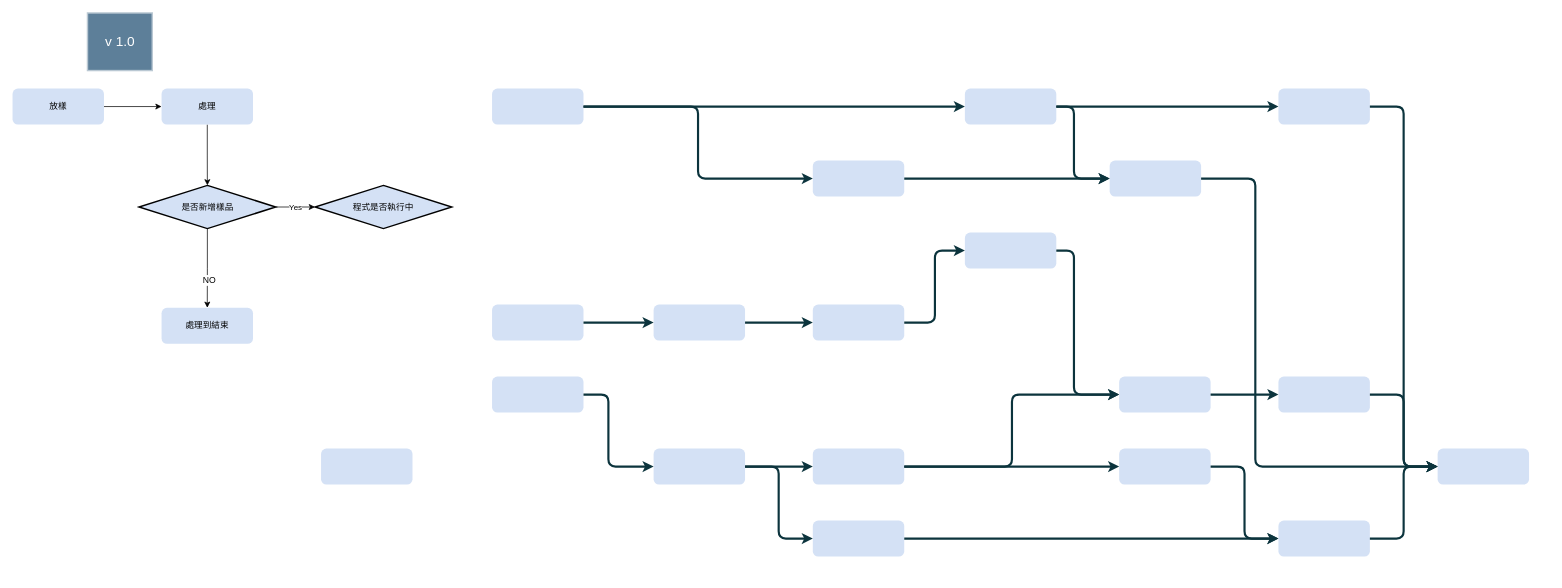
This is 未命名圖表.drawio from s26849/test, a draw.io file, before an edit. Source tidied: cells renumbered, new cells numbered last; positions are measured from the earlier drawing's top-left corner, leaving out a move shared by most shapes. Both pictures are drawn from the tidied source at 72%, with x=0, y=0 at pixel (12, 12).
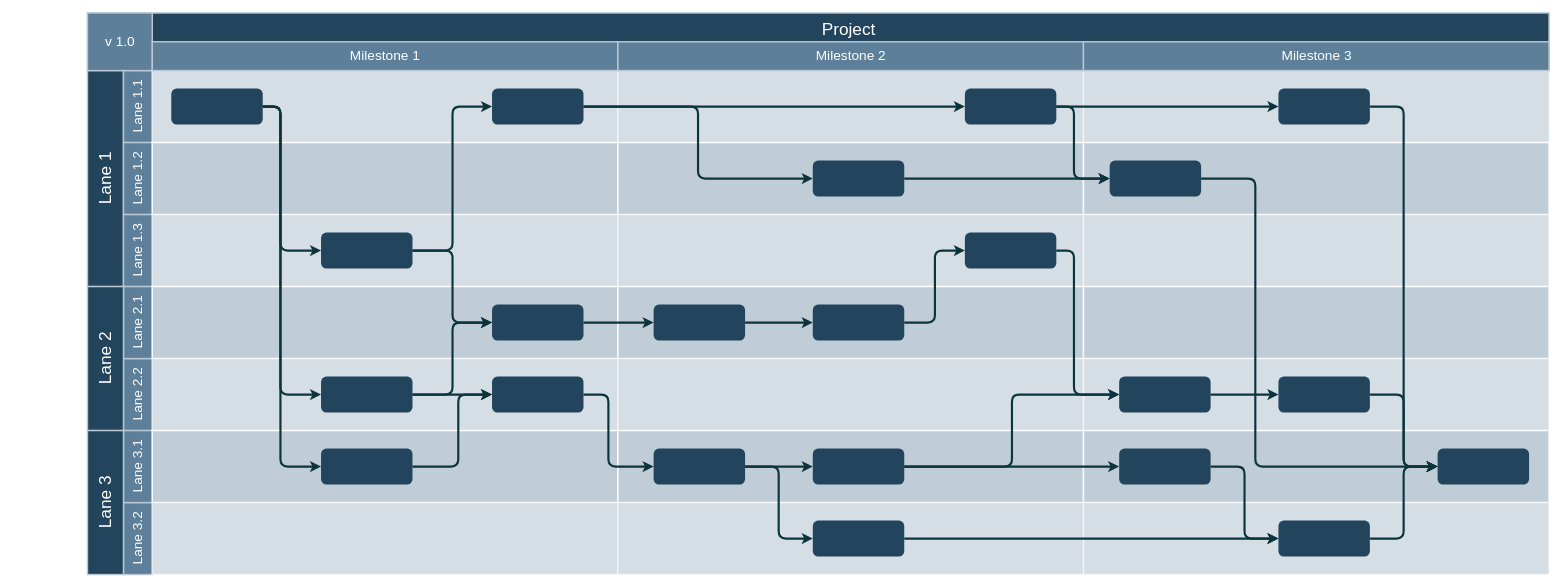
Above is the later version.

The edit, as a diff of the source:
```diff
@@
+    <mxCell id="53" value="Project&#10;" style="strokeColor=#BAC8D3;fillColor=#23445D;fontSize=24;strokeWidth=2;fontFamily=Helvetica;html=1;fontColor=#FFFFFF;fontStyle=0;spacingBottom=8;spacingRight=0;spacingLeft=83;" parent="1" vertex="1">
+      <mxGeometry x="104" y="0.5" width="2030" height="80" as="geometry" />
+    </mxCell>
+    <mxCell id="54" value="Lane 1" style="strokeColor=#BAC8D3;fillColor=#23445D;fontSize=24;strokeWidth=2;horizontal=0;fontFamily=Helvetica;html=1;fontColor=#FFFFFF;fontStyle=0;" parent="1" vertex="1">
+      <mxGeometry x="104" y="80.5" width="50" height="300" as="geometry" />
+    </mxCell>
+    <mxCell id="55" value="Lane 1.1" style="strokeColor=#BAC8D3;fillColor=#5d7f99;fontSize=19;strokeWidth=2;horizontal=0;fontFamily=Helvetica;html=1;labelBackgroundColor=none;fontColor=#FFFFFF;" parent="1" vertex="1">
+      <mxGeometry x="154" y="80.5" width="40" height="100" as="geometry" />
+    </mxCell>
@@
+    <mxCell id="56" value="Lane 1.2" style="strokeColor=#BAC8D3;fillColor=#5d7f99;fontSize=19;strokeWidth=2;horizontal=0;fontFamily=Helvetica;html=1;labelBackgroundColor=none;fontColor=#FFFFFF;" parent="1" vertex="1">
+      <mxGeometry x="154" y="180.5" width="40" height="100" as="geometry" />
+    </mxCell>
+    <mxCell id="57" value="Lane 1.3" style="strokeColor=#BAC8D3;fillColor=#5d7f99;fontSize=19;strokeWidth=2;horizontal=0;fontFamily=Helvetica;html=1;labelBackgroundColor=none;fontColor=#FFFFFF;" parent="1" vertex="1">
+      <mxGeometry x="154" y="280.5" width="40" height="100" as="geometry" />
+    </mxCell>
+    <mxCell id="58" value="Lane 2.2" style="strokeColor=#BAC8D3;fillColor=#5d7f99;fontSize=19;strokeWidth=2;horizontal=0;fontFamily=Helvetica;html=1;labelBackgroundColor=none;fontColor=#FFFFFF;" parent="1" vertex="1">
+      <mxGeometry x="154" y="480.5" width="40" height="100" as="geometry" />
+    </mxCell>
+    <mxCell id="59" value="Lane 2.1" style="strokeColor=#BAC8D3;fillColor=#5d7f99;fontSize=19;strokeWidth=2;horizontal=0;fontFamily=Helvetica;html=1;labelBackgroundColor=none;fontColor=#FFFFFF;" parent="1" vertex="1">
+      <mxGeometry x="154" y="380.5" width="40" height="100" as="geometry" />
+    </mxCell>
+    <mxCell id="60" value="Lane 2" style="strokeColor=#BAC8D3;fillColor=#23445D;fontSize=24;strokeWidth=2;horizontal=0;fontFamily=Helvetica;html=1;fontColor=#FFFFFF;fontStyle=0;" parent="1" vertex="1">
+      <mxGeometry x="104" y="380.5" width="50" height="200" as="geometry" />
+    </mxCell>
+    <mxCell id="61" value="Lane 3.2" style="strokeColor=#BAC8D3;fillColor=#5d7f99;fontSize=19;strokeWidth=2;horizontal=0;fontFamily=Helvetica;html=1;labelBackgroundColor=none;fontColor=#FFFFFF;" parent="1" vertex="1">
+      <mxGeometry x="154" y="680.5" width="40" height="100" as="geometry" />
+    </mxCell>
+    <mxCell id="62" value="Lane 3.1" style="strokeColor=#BAC8D3;fillColor=#5d7f99;fontSize=19;strokeWidth=2;horizontal=0;fontFamily=Helvetica;html=1;labelBackgroundColor=none;fontColor=#FFFFFF;" parent="1" vertex="1">
+      <mxGeometry x="154" y="580.5" width="40" height="100" as="geometry" />
+    </mxCell>
+    <mxCell id="63" value="Lane 3" style="strokeColor=#BAC8D3;fillColor=#23445D;fontSize=24;strokeWidth=2;horizontal=0;fontFamily=Helvetica;html=1;fontColor=#FFFFFF;fontStyle=0;" parent="1" vertex="1">
+      <mxGeometry x="104" y="580.5" width="50" height="200" as="geometry" />
+    </mxCell>
+    <mxCell id="64" style="strokeColor=#FFFFFF;fillColor=#BAC8D3;fontSize=18;strokeWidth=2;fontFamily=Helvetica;html=1;opacity=60;" parent="1" vertex="1">
+      <mxGeometry x="194" y="80.5" width="646.7" height="100" as="geometry" />
+    </mxCell>
+    <mxCell id="65" style="strokeColor=#FFFFFF;fillColor=#BAC8D3;fontSize=18;strokeWidth=2;fontFamily=Helvetica;html=1;opacity=90;" parent="1" vertex="1">
+      <mxGeometry x="194" y="180.5" width="646.7" height="100" as="geometry" />
+    </mxCell>
+    <mxCell id="66" style="strokeColor=#FFFFFF;fillColor=#BAC8D3;fontSize=18;strokeWidth=2;fontFamily=Helvetica;html=1;opacity=60;" parent="1" vertex="1">
+      <mxGeometry x="194" y="280.5" width="646.7" height="100" as="geometry" />
+    </mxCell>
+    <mxCell id="67" style="strokeColor=#FFFFFF;fillColor=#BAC8D3;fontSize=18;strokeWidth=2;fontFamily=Helvetica;html=1;opacity=90;" parent="1" vertex="1">
+      <mxGeometry x="194" y="380.5" width="646.7" height="100" as="geometry" />
+    </mxCell>
+    <mxCell id="68" style="strokeColor=#FFFFFF;fillColor=#BAC8D3;fontSize=18;strokeWidth=2;fontFamily=Helvetica;html=1;opacity=60;" parent="1" vertex="1">
+      <mxGeometry x="194" y="480.5" width="646.7" height="100" as="geometry" />
+    </mxCell>
+    <mxCell id="69" style="strokeColor=#FFFFFF;fillColor=#BAC8D3;fontSize=18;strokeWidth=2;fontFamily=Helvetica;html=1;opacity=90;" parent="1" vertex="1">
+      <mxGeometry x="194" y="580.5" width="646.7" height="100" as="geometry" />
+    </mxCell>
+    <mxCell id="70" style="strokeColor=#FFFFFF;fillColor=#BAC8D3;fontSize=18;strokeWidth=2;fontFamily=Helvetica;html=1;opacity=60;" parent="1" vertex="1">
+      <mxGeometry x="194" y="680.5" width="646.7" height="100" as="geometry" />
+    </mxCell>
+    <mxCell id="71" style="strokeColor=#FFFFFF;fillColor=#BAC8D3;fontSize=18;strokeWidth=2;fontFamily=Helvetica;html=1;opacity=60;" parent="1" vertex="1">
+      <mxGeometry x="840.7" y="80.5" width="647" height="100" as="geometry" />
+    </mxCell>
+    <mxCell id="72" style="strokeColor=#FFFFFF;fillColor=#BAC8D3;fontSize=18;strokeWidth=2;fontFamily=Helvetica;html=1;opacity=90;" parent="1" vertex="1">
+      <mxGeometry x="840.7" y="180.5" width="646.7" height="100" as="geometry" />
+    </mxCell>
+    <mxCell id="73" style="strokeColor=#FFFFFF;fillColor=#BAC8D3;fontSize=18;strokeWidth=2;fontFamily=Helvetica;html=1;opacity=60;" parent="1" vertex="1">
+      <mxGeometry x="840.7" y="280.5" width="646.7" height="100" as="geometry" />
+    </mxCell>
+    <mxCell id="74" style="strokeColor=#FFFFFF;fillColor=#BAC8D3;fontSize=18;strokeWidth=2;fontFamily=Helvetica;html=1;opacity=90;" parent="1" vertex="1">
+      <mxGeometry x="840.7" y="380.5" width="646.7" height="100" as="geometry" />
+    </mxCell>
+    <mxCell id="75" style="strokeColor=#FFFFFF;fillColor=#BAC8D3;fontSize=18;strokeWidth=2;fontFamily=Helvetica;html=1;opacity=60;" parent="1" vertex="1">
+      <mxGeometry x="840.7" y="480.5" width="646.7" height="100" as="geometry" />
+    </mxCell>
+    <mxCell id="76" style="strokeColor=#FFFFFF;fillColor=#BAC8D3;fontSize=18;strokeWidth=2;fontFamily=Helvetica;html=1;opacity=90;" parent="1" vertex="1">
+      <mxGeometry x="840.7" y="580.5" width="646.7" height="100" as="geometry" />
+    </mxCell>
+    <mxCell id="77" style="strokeColor=#FFFFFF;fillColor=#BAC8D3;fontSize=18;strokeWidth=2;fontFamily=Helvetica;html=1;opacity=60;fontStyle=4;" parent="1" vertex="1">
+      <mxGeometry x="840.7" y="680.5" width="646.7" height="100" as="geometry" />
+    </mxCell>
+    <mxCell id="78" style="strokeColor=#FFFFFF;fillColor=#BAC8D3;fontSize=18;strokeWidth=2;fontFamily=Helvetica;html=1;opacity=60;" parent="1" vertex="1">
+      <mxGeometry x="1487.3" y="80.5" width="647" height="100" as="geometry" />
+    </mxCell>
+    <mxCell id="79" style="strokeColor=#FFFFFF;fillColor=#BAC8D3;fontSize=18;strokeWidth=2;fontFamily=Helvetica;html=1;opacity=90;" parent="1" vertex="1">
+      <mxGeometry x="1487.3" y="180.5" width="646.7" height="100" as="geometry" />
+    </mxCell>
+    <mxCell id="80" style="strokeColor=#FFFFFF;fillColor=#BAC8D3;fontSize=18;strokeWidth=2;fontFamily=Helvetica;html=1;opacity=60;" parent="1" vertex="1">
+      <mxGeometry x="1487.3" y="280.5" width="646.7" height="100" as="geometry" />
+    </mxCell>
+    <mxCell id="81" style="strokeColor=#FFFFFF;fillColor=#BAC8D3;fontSize=18;strokeWidth=2;fontFamily=Helvetica;html=1;opacity=90;" parent="1" vertex="1">
+      <mxGeometry x="1487.3" y="380.5" width="646.7" height="100" as="geometry" />
+    </mxCell>
+    <mxCell id="82" style="strokeColor=#FFFFFF;fillColor=#BAC8D3;fontSize=18;strokeWidth=2;fontFamily=Helvetica;html=1;opacity=60;" parent="1" vertex="1">
+      <mxGeometry x="1487.3" y="480.5" width="646.7" height="100" as="geometry" />
+    </mxCell>
+    <mxCell id="83" style="strokeColor=#FFFFFF;fillColor=#BAC8D3;fontSize=18;strokeWidth=2;fontFamily=Helvetica;html=1;opacity=90;" parent="1" vertex="1">
+      <mxGeometry x="1487.3" y="580.5" width="646.7" height="100" as="geometry" />
+    </mxCell>
+    <mxCell id="84" style="strokeColor=#FFFFFF;fillColor=#BAC8D3;fontSize=18;strokeWidth=2;fontFamily=Helvetica;html=1;opacity=60;fontStyle=4;" parent="1" vertex="1">
+      <mxGeometry x="1487.3" y="680.5" width="646.7" height="100" as="geometry" />
+    </mxCell>
+    <mxCell id="85" style="edgeStyle=orthogonalEdgeStyle;rounded=1;jumpStyle=none;html=1;exitX=1;exitY=0.5;entryX=0;entryY=0.5;labelBackgroundColor=#ffffff;startArrow=none;startFill=0;endArrow=classic;jettySize=auto;strokeColor=#0C343D;strokeWidth=3;fontFamily=Helvetica;fontSize=11;fontColor=#000000;" parent="1" edge="1" source="86" target="4">
+      <mxGeometry relative="1" as="geometry">
+        <Array as="points">
+          <mxPoint x="372" y="130.5" />
+          <mxPoint x="372" y="330.5" />
+        </Array>
+      </mxGeometry>
+    </mxCell>
+    <mxCell id="86" style="rounded=1;fillColor=#23445D;strokeColor=none;strokeWidth=2;fontFamily=Helvetica;html=1;gradientColor=none;" parent="1" vertex="1">
+      <mxGeometry x="220.4" y="105.5" width="127" height="50" as="geometry" />
+    </mxCell>
-    <mxCell id="3" style="rounded=1;fillColor=#D4E1F5;strokeColor=none;strokeWidth=2;fontFamily=Helvetica;html=1;gradientColor=none;" parent="1" vertex="1">
+    <mxCell id="3" style="rounded=1;fillColor=#23445D;strokeColor=none;strokeWidth=2;fontFamily=Helvetica;html=1;gradientColor=none;" parent="1" vertex="1">
       <mxGeometry x="665.9" y="105.5" width="127" height="50" as="geometry" />
     </mxCell>
-    <mxCell id="4" value="處理到結束" style="rounded=1;fillColor=#D4E1F5;strokeColor=none;strokeWidth=2;fontFamily=Helvetica;html=1;gradientColor=none;" parent="1" vertex="1">
-      <mxGeometry x="206.9" y="410" width="127" height="50" as="geometry" />
+    <mxCell id="4" style="rounded=1;fillColor=#23445D;strokeColor=none;strokeWidth=2;fontFamily=Helvetica;html=1;gradientColor=none;" parent="1" vertex="1">
+      <mxGeometry x="428.4" y="305.5" width="127" height="50" as="geometry" />
     </mxCell>
-    <mxCell id="5" style="rounded=1;fillColor=#D4E1F5;strokeColor=none;strokeWidth=2;fontFamily=Helvetica;html=1;gradientColor=none;" parent="1" vertex="1">
+    <mxCell id="5" style="rounded=1;fillColor=#23445D;strokeColor=none;strokeWidth=2;fontFamily=Helvetica;html=1;gradientColor=none;" parent="1" vertex="1">
       <mxGeometry x="665.9" y="405.5" width="127" height="50" as="geometry" />
     </mxCell>
-    <mxCell id="6" style="rounded=1;fillColor=#D4E1F5;strokeColor=none;strokeWidth=2;fontFamily=Helvetica;html=1;gradientColor=none;" parent="1" vertex="1">
+    <mxCell id="6" style="rounded=1;fillColor=#23445D;strokeColor=none;strokeWidth=2;fontFamily=Helvetica;html=1;gradientColor=none;" parent="1" vertex="1">
       <mxGeometry x="665.9" y="505.5" width="127" height="50" as="geometry" />
     </mxCell>
-    <mxCell id="7" style="rounded=1;fillColor=#D4E1F5;strokeColor=none;strokeWidth=2;fontFamily=Helvetica;html=1;gradientColor=none;" parent="1" vertex="1">
+    <mxCell id="7" style="rounded=1;fillColor=#23445D;strokeColor=none;strokeWidth=2;fontFamily=Helvetica;html=1;gradientColor=none;" parent="1" vertex="1">
       <mxGeometry x="428.4" y="605.5" width="127" height="50" as="geometry" />
     </mxCell>
+    <mxCell id="87" style="rounded=1;fillColor=#23445D;strokeColor=none;strokeWidth=2;fontFamily=Helvetica;html=1;gradientColor=none;" parent="1" vertex="1">
+      <mxGeometry x="428.4" y="505.5" width="127" height="50" as="geometry" />
+    </mxCell>
-    <mxCell id="8" style="rounded=1;fillColor=#D4E1F5;strokeColor=none;strokeWidth=2;fontFamily=Helvetica;html=1;gradientColor=none;" parent="1" vertex="1">
+    <mxCell id="8" style="rounded=1;fillColor=#23445D;strokeColor=none;strokeWidth=2;fontFamily=Helvetica;html=1;gradientColor=none;" parent="1" vertex="1">
       <mxGeometry x="1111.4" y="205.5" width="127" height="50" as="geometry" />
     </mxCell>
-    <mxCell id="9" style="rounded=1;fillColor=#D4E1F5;strokeColor=none;strokeWidth=2;fontFamily=Helvetica;html=1;gradientColor=none;" parent="1" vertex="1">
+    <mxCell id="9" style="rounded=1;fillColor=#23445D;strokeColor=none;strokeWidth=2;fontFamily=Helvetica;html=1;gradientColor=none;" parent="1" vertex="1">
       <mxGeometry x="1322.6" y="105.5" width="127" height="50" as="geometry" />
     </mxCell>
-    <mxCell id="10" style="rounded=1;fillColor=#D4E1F5;strokeColor=none;strokeWidth=2;gradientColor=none;fontFamily=Helvetica;html=1;" parent="1" vertex="1">
+    <mxCell id="10" style="rounded=1;fillColor=#23445D;strokeColor=none;strokeWidth=2;gradientColor=none;fontFamily=Helvetica;html=1;" parent="1" vertex="1">
       <mxGeometry x="1979.2" y="605.5" width="127" height="50" as="geometry" />
     </mxCell>
-    <mxCell id="11" style="rounded=1;fillColor=#D4E1F5;strokeColor=none;strokeWidth=2;fontFamily=Helvetica;html=1;gradientColor=none;" parent="1" vertex="1">
+    <mxCell id="11" style="rounded=1;fillColor=#23445D;strokeColor=none;strokeWidth=2;fontFamily=Helvetica;html=1;gradientColor=none;" parent="1" vertex="1">
       <mxGeometry x="1111.4" y="405.5" width="127" height="50" as="geometry" />
     </mxCell>
-    <mxCell id="12" style="rounded=1;fillColor=#D4E1F5;strokeColor=none;strokeWidth=2;fontFamily=Helvetica;html=1;gradientColor=none;" parent="1" vertex="1">
+    <mxCell id="12" style="rounded=1;fillColor=#23445D;strokeColor=none;strokeWidth=2;fontFamily=Helvetica;html=1;gradientColor=none;" parent="1" vertex="1">
       <mxGeometry x="1111.4" y="705.5" width="127" height="50" as="geometry" />
     </mxCell>
-    <mxCell id="13" style="rounded=1;fillColor=#D4E1F5;strokeColor=none;strokeWidth=2;fontFamily=Helvetica;html=1;gradientColor=none;" parent="1" vertex="1">
+    <mxCell id="13" style="rounded=1;fillColor=#23445D;strokeColor=none;strokeWidth=2;fontFamily=Helvetica;html=1;gradientColor=none;" parent="1" vertex="1">
       <mxGeometry x="890.3" y="605.5" width="127" height="50" as="geometry" />
     </mxCell>
-    <mxCell id="14" style="rounded=1;fillColor=#D4E1F5;strokeColor=none;strokeWidth=2;fontFamily=Helvetica;html=1;gradientColor=none;" parent="1" vertex="1">
+    <mxCell id="14" style="rounded=1;fillColor=#23445D;strokeColor=none;strokeWidth=2;fontFamily=Helvetica;html=1;gradientColor=none;" parent="1" vertex="1">
       <mxGeometry x="1111.4" y="605.5" width="127" height="50" as="geometry" />
     </mxCell>
-    <mxCell id="15" style="rounded=1;fillColor=#D4E1F5;strokeColor=none;strokeWidth=2;fontFamily=Helvetica;html=1;gradientColor=none;" parent="1" vertex="1">
+    <mxCell id="15" style="rounded=1;fillColor=#23445D;strokeColor=none;strokeWidth=2;fontFamily=Helvetica;html=1;gradientColor=none;" parent="1" vertex="1">
       <mxGeometry x="890.3" y="405.5" width="127" height="50" as="geometry" />
     </mxCell>
-    <mxCell id="16" style="rounded=1;fillColor=#D4E1F5;strokeColor=none;strokeWidth=2;fontFamily=Helvetica;html=1;gradientColor=none;" parent="1" vertex="1">
+    <mxCell id="16" style="rounded=1;fillColor=#23445D;strokeColor=none;strokeWidth=2;fontFamily=Helvetica;html=1;gradientColor=none;" parent="1" vertex="1">
       <mxGeometry x="1322.6" y="305.5" width="127" height="50" as="geometry" />
     </mxCell>
-    <mxCell id="17" style="rounded=1;fillColor=#D4E1F5;strokeColor=none;strokeWidth=2;gradientColor=none;fontFamily=Helvetica;html=1;" parent="1" vertex="1">
+    <mxCell id="17" style="rounded=1;fillColor=#23445D;strokeColor=none;strokeWidth=2;gradientColor=none;fontFamily=Helvetica;html=1;" parent="1" vertex="1">
       <mxGeometry x="1536.9" y="505.5" width="127" height="50" as="geometry" />
     </mxCell>
-    <mxCell id="18" style="rounded=1;fillColor=#D4E1F5;strokeColor=none;strokeWidth=2;gradientColor=none;fontFamily=Helvetica;html=1;" parent="1" vertex="1">
+    <mxCell id="18" style="rounded=1;fillColor=#23445D;strokeColor=none;strokeWidth=2;gradientColor=none;fontFamily=Helvetica;html=1;" parent="1" vertex="1">
       <mxGeometry x="1758.1" y="505.5" width="127" height="50" as="geometry" />
     </mxCell>
-    <mxCell id="19" style="rounded=1;fillColor=#D4E1F5;strokeColor=none;strokeWidth=2;gradientColor=none;fontFamily=Helvetica;html=1;" parent="1" vertex="1">
+    <mxCell id="19" style="rounded=1;fillColor=#23445D;strokeColor=none;strokeWidth=2;gradientColor=none;fontFamily=Helvetica;html=1;" parent="1" vertex="1">
       <mxGeometry x="1523.7" y="205.5" width="127" height="50" as="geometry" />
     </mxCell>
-    <mxCell id="20" style="rounded=1;fillColor=#D4E1F5;strokeColor=none;strokeWidth=2;gradientColor=none;fontFamily=Helvetica;html=1;" parent="1" vertex="1">
+    <mxCell id="20" style="rounded=1;fillColor=#23445D;strokeColor=none;strokeWidth=2;gradientColor=none;fontFamily=Helvetica;html=1;" parent="1" vertex="1">
       <mxGeometry x="1536.9" y="605.5" width="127" height="50" as="geometry" />
     </mxCell>
-    <mxCell id="21" style="rounded=1;fillColor=#D4E1F5;strokeColor=none;strokeWidth=2;gradientColor=none;fontFamily=Helvetica;html=1;" parent="1" vertex="1">
+    <mxCell id="21" style="rounded=1;fillColor=#23445D;strokeColor=none;strokeWidth=2;gradientColor=none;fontFamily=Helvetica;html=1;" parent="1" vertex="1">
       <mxGeometry x="1758.1" y="705.5" width="127" height="50" as="geometry" />
     </mxCell>
-    <mxCell id="22" style="rounded=1;fillColor=#D4E1F5;strokeColor=none;strokeWidth=2;gradientColor=none;fontFamily=Helvetica;html=1;" parent="1" vertex="1">
+    <mxCell id="22" style="rounded=1;fillColor=#23445D;strokeColor=none;strokeWidth=2;gradientColor=none;fontFamily=Helvetica;html=1;" parent="1" vertex="1">
       <mxGeometry x="1758.1" y="105.5" width="127" height="50" as="geometry" />
     </mxCell>
+    <mxCell id="88" style="edgeStyle=elbowEdgeStyle;elbow=horizontal;strokeWidth=3;strokeColor=#0C343D;fontFamily=Helvetica;html=1;" parent="1" edge="1" source="86" target="87">
+      <mxGeometry x="6.4" y="830.5" as="geometry">
+        <Array as="points">
+          <mxPoint x="372" y="343.5" />
+        </Array>
+      </mxGeometry>
+    </mxCell>
+    <mxCell id="89" style="edgeStyle=elbowEdgeStyle;elbow=horizontal;strokeWidth=3;strokeColor=#0C343D;fontFamily=Helvetica;html=1;" parent="1" edge="1" source="86" target="7">
+      <mxGeometry x="6.4" y="830.5" as="geometry">
+        <Array as="points">
+          <mxPoint x="372" y="252.5" />
+        </Array>
+      </mxGeometry>
+    </mxCell>
+    <mxCell id="90" style="edgeStyle=elbowEdgeStyle;elbow=horizontal;strokeWidth=3;strokeColor=#0C343D;fontFamily=Helvetica;html=1;" parent="1" edge="1" source="4" target="3">
+      <mxGeometry x="6.4" y="830.5" as="geometry" />
+    </mxCell>
+    <mxCell id="91" style="edgeStyle=elbowEdgeStyle;elbow=horizontal;strokeWidth=3;strokeColor=#0C343D;fontFamily=Helvetica;html=1;" parent="1" edge="1" source="4" target="5">
+      <mxGeometry x="6.4" y="830.5" as="geometry" />
+    </mxCell>
+    <mxCell id="92" style="edgeStyle=elbowEdgeStyle;elbow=horizontal;strokeWidth=3;strokeColor=#0C343D;fontFamily=Helvetica;html=1;" parent="1" edge="1" source="87" target="5">
+      <mxGeometry x="6.4" y="830.5" as="geometry" />
+    </mxCell>
+    <mxCell id="93" style="edgeStyle=elbowEdgeStyle;elbow=horizontal;strokeWidth=3;strokeColor=#0C343D;fontFamily=Helvetica;html=1;" parent="1" edge="1" source="87" target="6">
+      <mxGeometry x="6.4" y="830.5" as="geometry" />
+    </mxCell>
+    <mxCell id="94" style="edgeStyle=elbowEdgeStyle;elbow=horizontal;strokeWidth=3;strokeColor=#0C343D;fontFamily=Helvetica;html=1;" parent="1" edge="1" source="7" target="6">
+      <mxGeometry x="6.4" y="830.5" as="geometry">
+        <Array as="points">
+          <mxPoint x="619" y="584.5" />
+        </Array>
+      </mxGeometry>
+    </mxCell>
@@
-    <mxCell id="44" style="edgeStyle=orthogonalEdgeStyle;rounded=0;jettySize=auto;html=1;" parent="1" edge="1" source="45" target="47">
-      <mxGeometry relative="1" as="geometry" />
-    </mxCell>
-    <mxCell id="45" value="放樣" style="rounded=1;fillColor=#D4E1F5;strokeColor=none;strokeWidth=2;fontFamily=Helvetica;html=1;gradientColor=none;" parent="1" vertex="1">
-      <mxGeometry x="-0.1" y="105.5" width="127" height="50" as="geometry" />
-    </mxCell>
-    <mxCell id="46" style="edgeStyle=orthogonalEdgeStyle;rounded=0;jettySize=auto;html=1;" parent="1" edge="1" source="47" target="51">
-      <mxGeometry relative="1" as="geometry" />
-    </mxCell>
-    <mxCell id="47" value="處理" style="rounded=1;fillColor=#D4E1F5;strokeColor=none;strokeWidth=2;fontFamily=Helvetica;html=1;gradientColor=none;" parent="1" vertex="1">
-      <mxGeometry x="206.9" y="105.5" width="127" height="50" as="geometry" />
-    </mxCell>
-    <mxCell id="48" style="edgeStyle=orthogonalEdgeStyle;rounded=0;jettySize=auto;html=1;entryX=0.5;entryY=0;entryDx=0;entryDy=0;" parent="1" edge="1" source="51" target="4">
-      <mxGeometry relative="1" as="geometry" />
-    </mxCell>
-    <mxCell id="49" value="NO" style="text;html=1;align=center;verticalAlign=middle;labelBackgroundColor=#ffffff;" parent="48" vertex="1">
-      <mxGeometry x="0.31" y="2" relative="1" as="geometry" />
-    </mxCell>
-    <mxCell id="50" value="Yes" style="edgeStyle=orthogonalEdgeStyle;rounded=0;jettySize=auto;html=1;entryX=0;entryY=0.5;entryDx=0;entryDy=0;entryPerimeter=0;" parent="1" edge="1" source="51" target="52">
-      <mxGeometry relative="1" as="geometry" />
-    </mxCell>
-    <mxCell id="51" value="是否新增樣品" style="strokeWidth=2;html=1;shape=mxgraph.flowchart.decision;whiteSpace=wrap;fillColor=#D4E1F5;" parent="1" vertex="1">
-      <mxGeometry x="175.5" y="240" width="190" height="60" as="geometry" />
-    </mxCell>
-    <mxCell id="52" value="程式是否執行中" style="strokeWidth=2;html=1;shape=mxgraph.flowchart.decision;whiteSpace=wrap;fillColor=#D4E1F5;" parent="1" vertex="1">
-      <mxGeometry x="420" y="240" width="190" height="60" as="geometry" />
-    </mxCell>
+    <mxCell id="95" style="group;" parent="1" vertex="1">
+      <mxGeometry x="194" y="40.5" width="646.7" height="40" as="geometry" />
+    </mxCell>
+    <mxCell id="96" value="Milestone 1" style="strokeColor=#BAC8D3;fillColor=#5d7f99;fontSize=19;strokeWidth=2;fontFamily=Helvetica;html=1;labelBackgroundColor=none;fontColor=#FFFFFF;" parent="95" vertex="1">
+      <mxGeometry width="646.7" height="40" as="geometry" />
+    </mxCell>
+    <mxCell id="97" value="Milestone 2" style="strokeColor=#BAC8D3;fillColor=#5d7f99;fontSize=19;strokeWidth=2;fontFamily=Helvetica;html=1;labelBackgroundColor=none;fontColor=#FFFFFF;" parent="95" vertex="1">
+      <mxGeometry x="646.7" width="646.7" height="40" as="geometry" />
+    </mxCell>
+    <mxCell id="98" value="Milestone 3" style="strokeColor=#BAC8D3;fillColor=#5d7f99;fontSize=19;strokeWidth=2;fontFamily=Helvetica;html=1;labelBackgroundColor=none;fontColor=#FFFFFF;" parent="95" vertex="1">
+      <mxGeometry x="1293.3" width="646.7" height="40" as="geometry" />
+    </mxCell>
```
